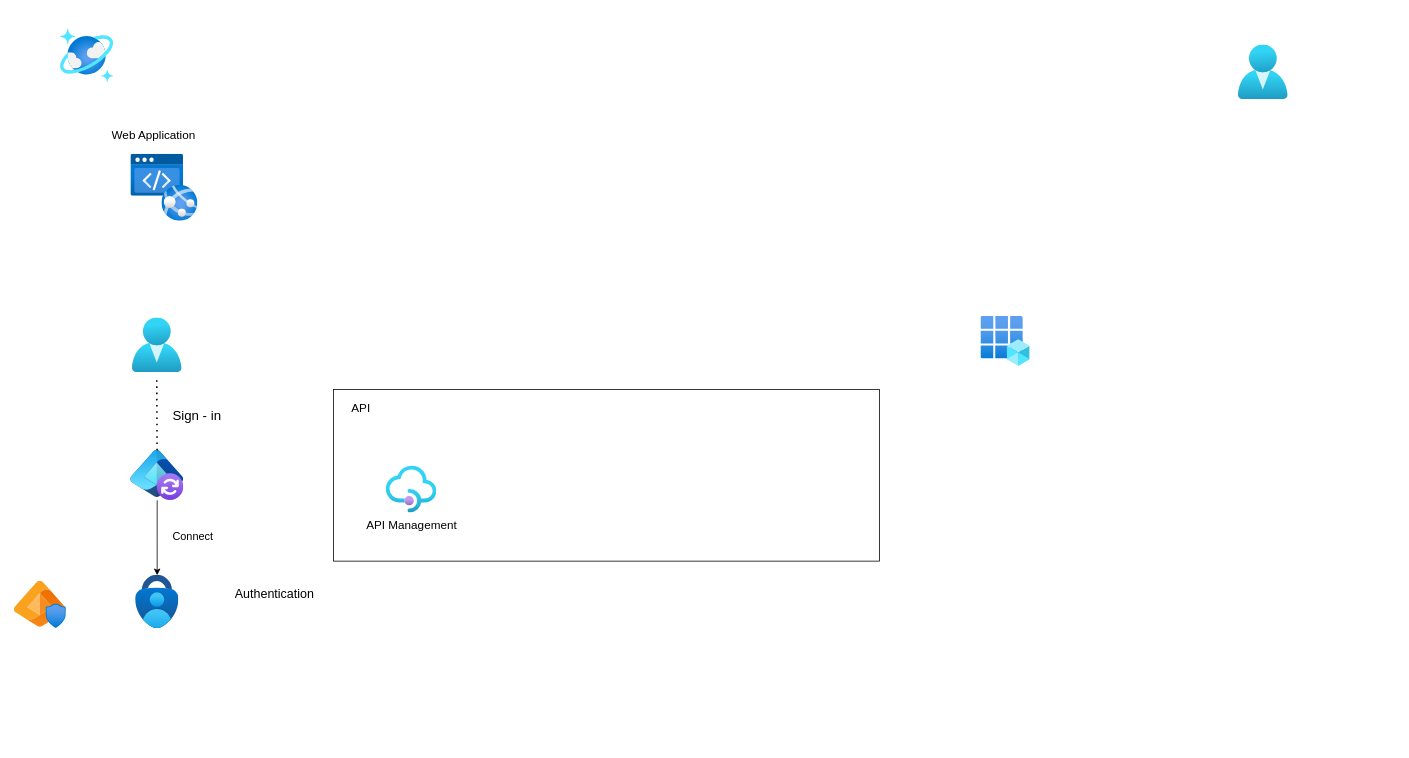
This is architecture/Untitled Diagram.drawio from cloudUth/cloud-infrastructure-azure, a draw.io file, before an edit. Source tidied: cells renumbered, new cells numbered last; positions are measured from the earlier drawing's top-left corner, leaving out a move shared by most shapes. Both pictures are drawn from the tidied source at 78%, with x=0, y=0 at pixel (13, 29).
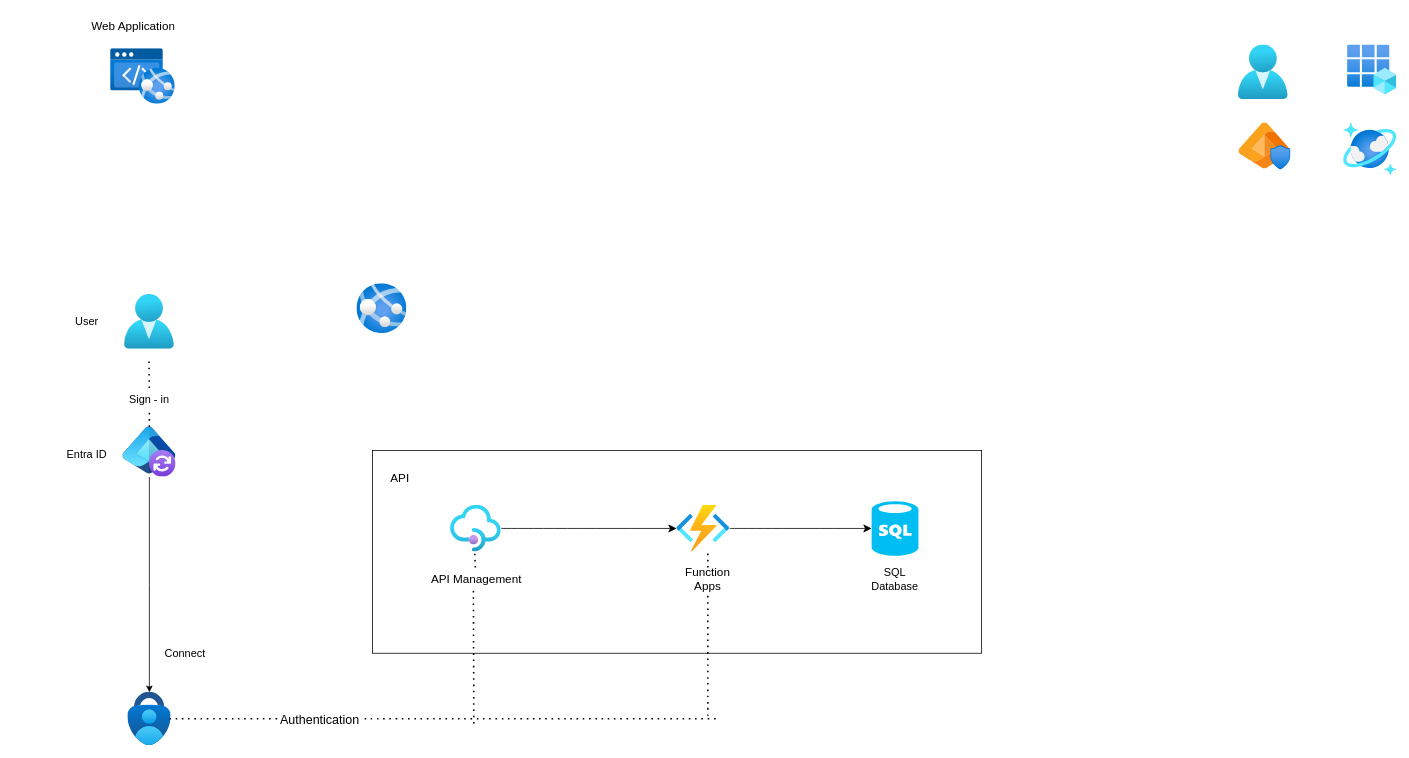
Above is the later version.

What changed in the source:
```diff
@@
     <mxCell id="2" style="image;html=1;align=center;fontSize=12;image=img/lib/azure2/databases/Azure_Cosmos_DB.svg;" parent="1" vertex="1">
-      <mxGeometry x="60" width="68" height="68" as="geometry" />
+      <mxGeometry x="1705" y="120" width="68" height="68" as="geometry" />
     </mxCell>
     <mxCell id="3" style="image;html=1;align=center;fontSize=12;image=img/lib/azure2/identity/Users.svg;" parent="1" vertex="1">
-      <mxGeometry x="152" y="370" width="64" height="70" as="geometry" />
+      <mxGeometry x="142" y="340" width="64" height="70" as="geometry" />
     </mxCell>
@@
     <mxCell id="5" style="edgeStyle=orthogonalEdgeStyle;rounded=0;jettySize=auto;html=1;" parent="1" edge="1" source="6">
       <mxGeometry relative="1" as="geometry">
-        <mxPoint x="184" y="700" as="targetPoint" />
+        <mxPoint x="174" y="850" as="targetPoint" />
       </mxGeometry>
     </mxCell>
     <mxCell id="6" style="image;html=1;points=[];align=center;fontSize=12;image=img/lib/azure2/identity/Entra_Connect.svg;" parent="1" vertex="1">
-      <mxGeometry x="150" y="539.8" width="68" height="64.2" as="geometry" />
+      <mxGeometry x="140" y="509.8" width="68" height="64.2" as="geometry" />
     </mxCell>
     <mxCell id="7" style="image;html=1;align=center;fontSize=12;image=img/lib/azure2/identity/Entra_ID_Protection.svg;" parent="1" vertex="1">
-      <mxGeometry y="707.6" width="68" height="60.4" as="geometry" />
+      <mxGeometry x="1570" y="120" width="68" height="60.4" as="geometry" />
     </mxCell>
-    <mxCell id="8" value="&lt;font style=&quot;font-size: 17px;&quot;&gt;Sign - in&amp;nbsp;&lt;/font&gt;" style="text;html=1;whiteSpace=wrap;overflow=hidden;rounded=0;" parent="1" vertex="1">
-      <mxGeometry x="202" y="480" width="80" height="30" as="geometry" />
-    </mxCell>
-    <mxCell id="9" value="&lt;font style=&quot;font-size: 16px;&quot;&gt;Authentication&lt;/font&gt;&amp;nbsp;" style="text;html=1;whiteSpace=wrap;overflow=hidden;rounded=0;" parent="1" vertex="1">
-      <mxGeometry x="282" y="707.6" width="110" height="30" as="geometry" />
-    </mxCell>
     <mxCell id="10" style="image;html=1;align=center;fontSize=12;image=img/lib/azure2/security/Multifactor_Authentication.svg;" parent="1" vertex="1">
-      <mxGeometry x="156.3" y="700" width="55.4" height="68" as="geometry" />
+      <mxGeometry x="146.3" y="850" width="55.4" height="68" as="geometry" />
     </mxCell>
     <mxCell id="11" style="image;html=1;align=center;fontSize=12;image=img/lib/azure2/identity/App_Registrations.svg;" parent="1" vertex="1">
-      <mxGeometry x="1240" y="368" width="63" height="64" as="geometry" />
+      <mxGeometry x="1710" y="20" width="63" height="64" as="geometry" />
     </mxCell>
     <mxCell id="12" value="&lt;font style=&quot;font-size: 14px;&quot;&gt;Connect&lt;/font&gt;" style="text;html=1;whiteSpace=wrap;overflow=hidden;rounded=0;" parent="1" vertex="1">
-      <mxGeometry x="202" y="635" width="60" height="30" as="geometry" />
+      <mxGeometry x="192" y="785" width="60" height="30" as="geometry" />
     </mxCell>
-    <mxCell id="13" style="endArrow=none;dashed=1;html=1;dashPattern=1 3;strokeWidth=2;rounded=0;" parent="1" edge="1" source="6">
+    <mxCell id="13" style="endArrow=none;dashed=1;html=1;dashPattern=1 3;strokeWidth=2;rounded=0;" parent="1" edge="1" source="8">
       <mxGeometry relative="1" as="geometry">
-        <mxPoint x="183.5" y="450" as="targetPoint" />
+        <mxPoint x="173.5" y="420" as="targetPoint" />
       </mxGeometry>
     </mxCell>
     <mxCell id="14" style="image;html=1;align=center;fontSize=12;image=img/lib/azure2/preview/Static_Apps.svg;" parent="1" vertex="1">
-      <mxGeometry x="150" y="160" width="68" height="54" as="geometry" />
+      <mxGeometry x="124" y="25" width="68" height="54" as="geometry" />
     </mxCell>
     <mxCell id="15" style="image;html=1;align=center;fontSize=12;image=img/lib/azure2/app_services/App_Services.svg;" parent="1" vertex="1">
-      <mxGeometry x="190" y="200" width="46" height="46" as="geometry" />
+      <mxGeometry x="161" y="50" width="46" height="46" as="geometry" />
     </mxCell>
     <mxCell id="16" value="&lt;font style=&quot;font-size: 15px;&quot;&gt;Web Application&lt;/font&gt;" style="text;html=1;whiteSpace=wrap;overflow=hidden;rounded=0;" parent="1" vertex="1">
-      <mxGeometry x="124" y="120" width="120" height="30" as="geometry" />
+      <mxGeometry x="98" y="-20" width="120" height="30" as="geometry" />
     </mxCell>
+    <mxCell id="21" style="edgeStyle=none;curved=1;rounded=0;jettySize=auto;html=1;fontSize=12;startSize=8;endSize=8;" parent="1" edge="1" source="17" target="27">
+      <mxGeometry relative="1" as="geometry" />
+    </mxCell>
     <mxCell id="17" style="image;html=1;points=[];align=center;fontSize=12;image=img/lib/azure2/app_services/API_Management_Services.svg;" parent="1" vertex="1">
-      <mxGeometry x="477.5" y="560" width="65" height="60" as="geometry" />
+      <mxGeometry x="560" y="610" width="65" height="60" as="geometry" />
     </mxCell>
+    <mxCell id="20" value="&lt;font style=&quot;font-size: 15px;&quot;&gt;API&lt;/font&gt;" style="text;html=1;align=center;verticalAlign=middle;strokeColor=none;fillColor=none;" parent="1" vertex="1">
+      <mxGeometry x="470" y="560" width="50" height="30" as="geometry" />
+    </mxCell>
+    <mxCell id="22" style="endArrow=none;dashed=1;html=1;dashPattern=1 3;strokeWidth=2;rounded=0;fontSize=12;startSize=8;endSize=8;curved=1;entryX=0.478;entryY=0.968;entryDx=0;entryDy=0;entryPerimeter=0;" parent="1" edge="1" source="18" target="17">
+      <mxGeometry relative="1" as="geometry" />
+    </mxCell>
+    <mxCell id="23" style="endArrow=none;dashed=1;html=1;dashPattern=1 3;strokeWidth=2;rounded=0;fontSize=12;startSize=8;endSize=8;curved=1;" parent="1" edge="1" source="9">
+      <mxGeometry relative="1" as="geometry">
+        <mxPoint x="900" y="884" as="targetPoint" />
+      </mxGeometry>
+    </mxCell>
+    <mxCell id="24" style="endArrow=none;dashed=1;html=1;dashPattern=1 3;strokeWidth=2;rounded=0;fontSize=12;startSize=8;endSize=8;curved=1;" parent="1" edge="1" target="9">
+      <mxGeometry relative="1" as="geometry">
+        <mxPoint x="200" y="884" as="sourcePoint" />
+      </mxGeometry>
+    </mxCell>
+    <mxCell id="9" value="&lt;font style=&quot;font-size: 16px;&quot;&gt;Authentication&lt;/font&gt;&amp;nbsp;" style="text;html=1;whiteSpace=wrap;overflow=hidden;rounded=0;" parent="1" vertex="1">
+      <mxGeometry x="340" y="869" width="110" height="30" as="geometry" />
+    </mxCell>
+    <mxCell id="25" style="endArrow=none;dashed=1;html=1;dashPattern=1 3;strokeWidth=2;rounded=0;" parent="1" edge="1" source="6" target="8">
+      <mxGeometry relative="1" as="geometry" />
+    </mxCell>
+    <mxCell id="8" value="&lt;font style=&quot;font-size: 14px;&quot;&gt;Sign - in &lt;font&gt;&lt;br&gt;&lt;/font&gt;&lt;/font&gt;" style="text;html=1;align=center;verticalAlign=middle;whiteSpace=wrap;rounded=0;" parent="1" vertex="1">
+      <mxGeometry x="144" y="460" width="60" height="30" as="geometry" />
+    </mxCell>
+    <mxCell id="26" style="endArrow=none;dashed=1;html=1;dashPattern=1 3;strokeWidth=2;rounded=0;fontSize=12;startSize=8;endSize=8;curved=1;entryX=0.478;entryY=0.968;entryDx=0;entryDy=0;entryPerimeter=0;" parent="1" edge="1" target="18">
+      <mxGeometry relative="1" as="geometry">
+        <mxPoint x="590" y="890" as="sourcePoint" />
+      </mxGeometry>
+    </mxCell>
     <mxCell id="18" value="&lt;font style=&quot;font-size: 15px;&quot;&gt;API Management&lt;/font&gt;" style="text;html=1;align=center;verticalAlign=middle;points=[];strokeColor=none;fillColor=none;" parent="1" vertex="1">
-      <mxGeometry x="440" y="620" width="140" height="30" as="geometry" />
+      <mxGeometry x="522.5" y="690" width="140" height="30" as="geometry" />
     </mxCell>
-    <mxCell id="19" style="rounded=0;whiteSpace=wrap;html=1;fillColor=none;" parent="1" vertex="1">
-      <mxGeometry x="410" y="461.9" width="700" height="220" as="geometry" />
-    </mxCell>
-    <mxCell id="20" value="&lt;font style=&quot;font-size: 15px;&quot;&gt;API&lt;/font&gt;" style="text;html=1;align=center;verticalAlign=middle;strokeColor=none;fillColor=none;" parent="1" vertex="1">
-      <mxGeometry x="420" y="470" width="50" height="30" as="geometry" />
-    </mxCell>
+    <mxCell id="27" style="image;html=1;points=[];align=center;fontSize=12;image=img/lib/azure2/compute/Function_Apps.svg;" parent="1" vertex="1">
+      <mxGeometry x="850" y="610" width="68" height="60" as="geometry" />
+    </mxCell>
+    <mxCell id="28" style="verticalLabelPosition=bottom;html=1;verticalAlign=top;align=center;strokeColor=none;fillColor=#00BEF2;shape=mxgraph.azure.sql_database;" parent="1" vertex="1">
+      <mxGeometry x="1100" y="605" width="60" height="70" as="geometry" />
+    </mxCell>
+    <mxCell id="29" style="edgeStyle=none;curved=1;rounded=0;jettySize=auto;html=1;entryX=0;entryY=0.5;entryDx=0;entryDy=0;entryPerimeter=0;fontSize=12;startSize=8;endSize=8;" parent="1" edge="1" source="27" target="28">
+      <mxGeometry relative="1" as="geometry" />
+    </mxCell>
+    <mxCell id="30" value="&lt;font style=&quot;font-size: 14px;&quot;&gt;SQL Database&lt;/font&gt;" style="text;html=1;align=center;verticalAlign=middle;whiteSpace=wrap;rounded=0;" parent="1" vertex="1">
+      <mxGeometry x="1100" y="690" width="60" height="30" as="geometry" />
+    </mxCell>
+    <mxCell id="31" style="endArrow=none;dashed=1;html=1;dashPattern=1 3;strokeWidth=2;rounded=0;fontSize=12;startSize=8;endSize=8;curved=1;" parent="1" edge="1" source="33">
+      <mxGeometry relative="1" as="geometry">
+        <mxPoint x="890" y="670" as="targetPoint" />
+      </mxGeometry>
+    </mxCell>
+    <mxCell id="32" style="endArrow=none;dashed=1;html=1;dashPattern=1 3;strokeWidth=2;rounded=0;fontSize=12;startSize=8;endSize=8;curved=1;" parent="1" edge="1" target="33">
+      <mxGeometry relative="1" as="geometry">
+        <mxPoint x="890" y="880" as="sourcePoint" />
+      </mxGeometry>
+    </mxCell>
+    <mxCell id="33" value="&lt;font style=&quot;font-size: 15px;&quot;&gt;Function Apps&lt;/font&gt;" style="text;html=1;align=center;verticalAlign=middle;whiteSpace=wrap;rounded=0;" parent="1" vertex="1">
+      <mxGeometry x="860" y="690" width="60" height="30" as="geometry" />
+    </mxCell>
+    <mxCell id="34" style="rounded=0;whiteSpace=wrap;html=1;fillColor=none;" parent="1" vertex="1">
+      <mxGeometry x="460" y="540" width="781" height="260" as="geometry" />
+    </mxCell>
+    <mxCell id="35" value="&lt;font style=&quot;font-size: 14px;&quot;&gt;Entra ID&lt;/font&gt;" style="text;html=1;align=center;verticalAlign=middle;whiteSpace=wrap;rounded=0;" parent="1" vertex="1">
+      <mxGeometry x="64" y="530" width="60" height="30" as="geometry" />
+    </mxCell>
+    <mxCell id="36" value="&lt;font style=&quot;font-size: 14px;&quot;&gt;User&lt;/font&gt;" style="text;html=1;align=center;verticalAlign=middle;whiteSpace=wrap;rounded=0;" parent="1" vertex="1">
+      <mxGeometry x="64" y="360" width="60" height="30" as="geometry" />
+    </mxCell>
+    <mxCell id="37" style="image;html=1;align=center;fontSize=12;image=img/lib/azure2/app_services/App_Services.svg;" parent="1" vertex="1">
+      <mxGeometry x="440" y="326" width="64" height="64" as="geometry" />
+    </mxCell>
```
